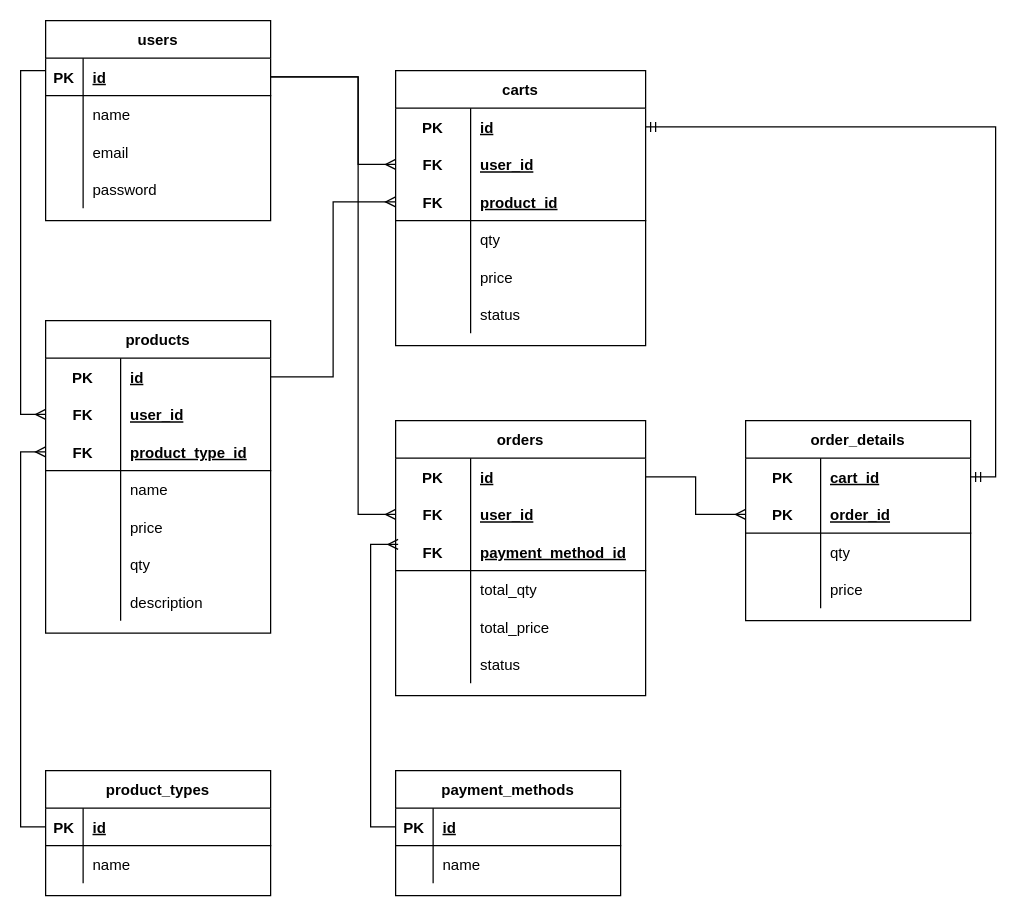
groupProject-3/BE-e-commerce keeps this draw.io diagram as lib/erd/e-commerce.drawio. Above is the earlier version. Source tidied: cells renumbered, new cells numbered last; positions are measured from the earlier drawing's top-left corner, leaving out a move shared by most shapes. Both pictures are drawn from the tidied source at 125%, with x=0, y=0 at pixel (45, 20).
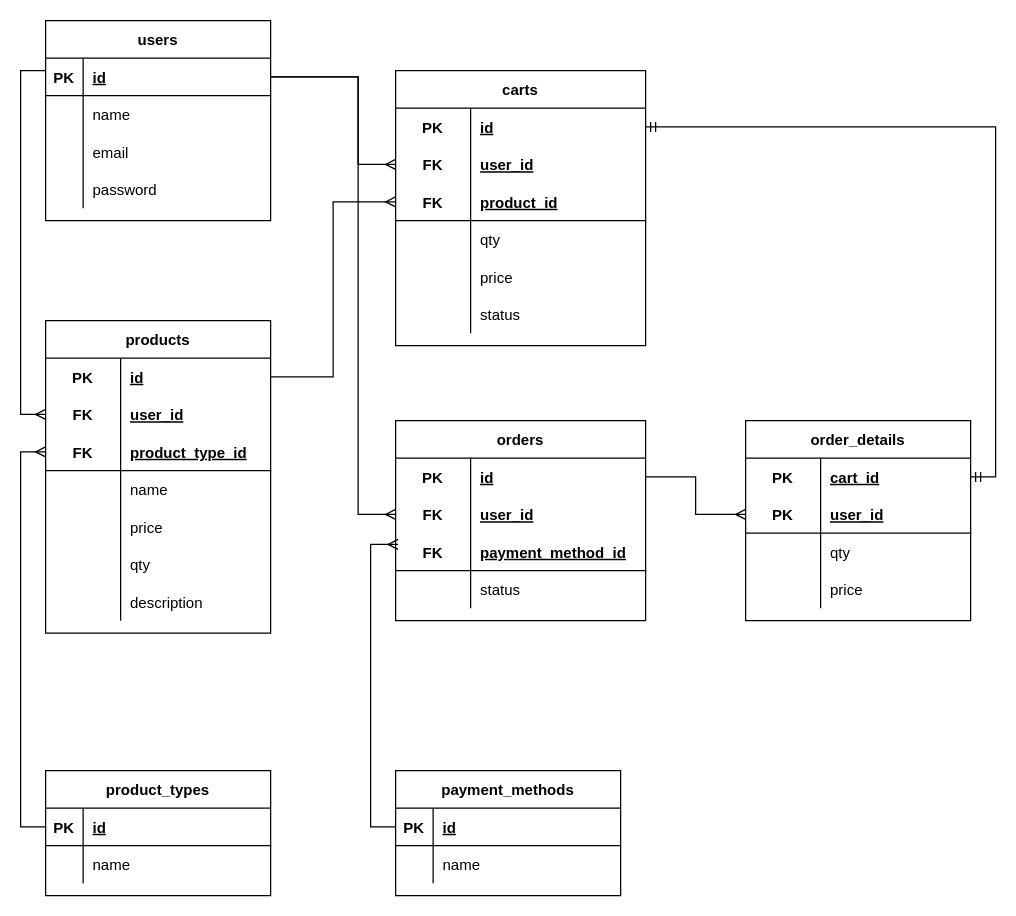
The same diagram, later.

The change refers to these unchanged cells:
```xml
<mxCell id="76" style="shape=tableRow;horizontal=0;startSize=0;swimlaneHead=0;swimlaneBody=0;fillColor=none;points=[[0,0.5],[1,0.5]];portConstraint=eastwest;top=0;left=0;right=0;bottom=1;strokeColor=default;" parent="72" vertex="1">
  <mxGeometry y="60" width="180" height="30" as="geometry" />
</mxCell>
```

Change to the diagram source:
```diff
@@
     <mxCell id="46" value="orders" style="shape=table;startSize=30;childLayout=tableLayout;rowLines=0;fontStyle=1;align=center;strokeColor=default;fillColor=none;" parent="1" vertex="1">
-      <mxGeometry x="280" y="320" width="200" height="220" as="geometry" />
+      <mxGeometry x="280" y="320" width="200" height="160" as="geometry" />
     </mxCell>
@@
-    <mxCell id="56" style="shape=tableRow;horizontal=0;startSize=0;swimlaneHead=0;swimlaneBody=0;fillColor=none;top=0;left=0;right=0;bottom=0;strokeColor=default;" parent="46" vertex="1">
-      <mxGeometry y="120" width="200" height="30" as="geometry" />
-    </mxCell>
-    <mxCell id="57" style="shape=partialRectangle;fillColor=none;top=0;left=0;bottom=0;right=0;overflow=hidden;strokeColor=default;" parent="56" vertex="1">
-      <mxGeometry width="60" height="30" as="geometry" />
-    </mxCell>
-    <mxCell id="58" value="total_qty" style="shape=partialRectangle;fillColor=none;top=0;left=0;bottom=0;right=0;align=left;spacingLeft=6;overflow=hidden;strokeColor=default;" parent="56" vertex="1">
-      <mxGeometry x="60" width="140" height="30" as="geometry" />
-    </mxCell>
-    <mxCell id="59" style="shape=tableRow;horizontal=0;startSize=0;swimlaneHead=0;swimlaneBody=0;fillColor=none;top=0;left=0;right=0;bottom=0;strokeColor=default;" parent="46" vertex="1">
-      <mxGeometry y="150" width="200" height="30" as="geometry" />
-    </mxCell>
-    <mxCell id="60" style="shape=partialRectangle;fillColor=none;top=0;left=0;bottom=0;right=0;overflow=hidden;strokeColor=default;" parent="59" vertex="1">
-      <mxGeometry width="60" height="30" as="geometry" />
-    </mxCell>
-    <mxCell id="61" value="total_price" style="shape=partialRectangle;fillColor=none;top=0;left=0;bottom=0;right=0;align=left;spacingLeft=6;overflow=hidden;strokeColor=default;" parent="59" vertex="1">
-      <mxGeometry x="60" width="140" height="30" as="geometry" />
-    </mxCell>
     <mxCell id="62" style="shape=tableRow;horizontal=0;startSize=0;swimlaneHead=0;swimlaneBody=0;fillColor=none;top=0;left=0;right=0;bottom=0;strokeColor=default;" parent="46" vertex="1">
-      <mxGeometry y="180" width="200" height="30" as="geometry" />
+      <mxGeometry y="120" width="200" height="30" as="geometry" />
     </mxCell>
@@
-    <mxCell id="78" value="order_id" style="shape=partialRectangle;fillColor=none;top=0;left=0;bottom=0;right=0;align=left;spacingLeft=6;fontStyle=5;overflow=hidden;strokeColor=default;" parent="76" vertex="1">
+    <mxCell id="78" value="user_id" style="shape=partialRectangle;fillColor=none;top=0;left=0;bottom=0;right=0;align=left;spacingLeft=6;fontStyle=5;overflow=hidden;strokeColor=default;" parent="76" vertex="1">
       <mxGeometry x="60" width="120" height="30" as="geometry" />
     </mxCell>
```
